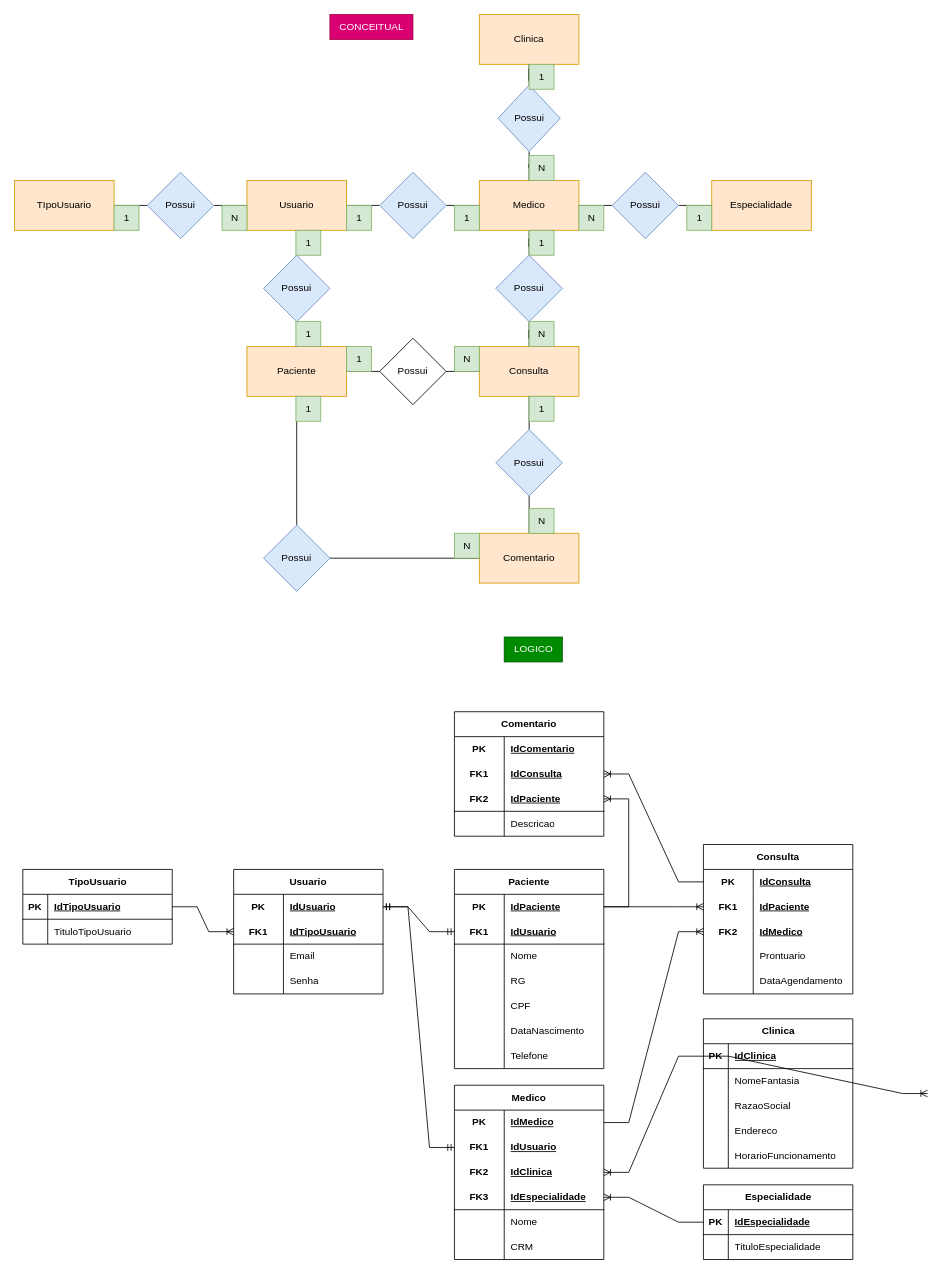
Above: Health_Clinic/modelagem_projeto_health_clinic.drawio in Duduuz7/projetos-senai-2-semestre (draw.io), before the change. Source tidied: cells renumbered, new cells numbered last; positions are measured from the earlier drawing's top-left corner, leaving out a move shared by most shapes. Both pictures are drawn from the tidied source at 83%, with x=0, y=0 at pixel (14, 14).
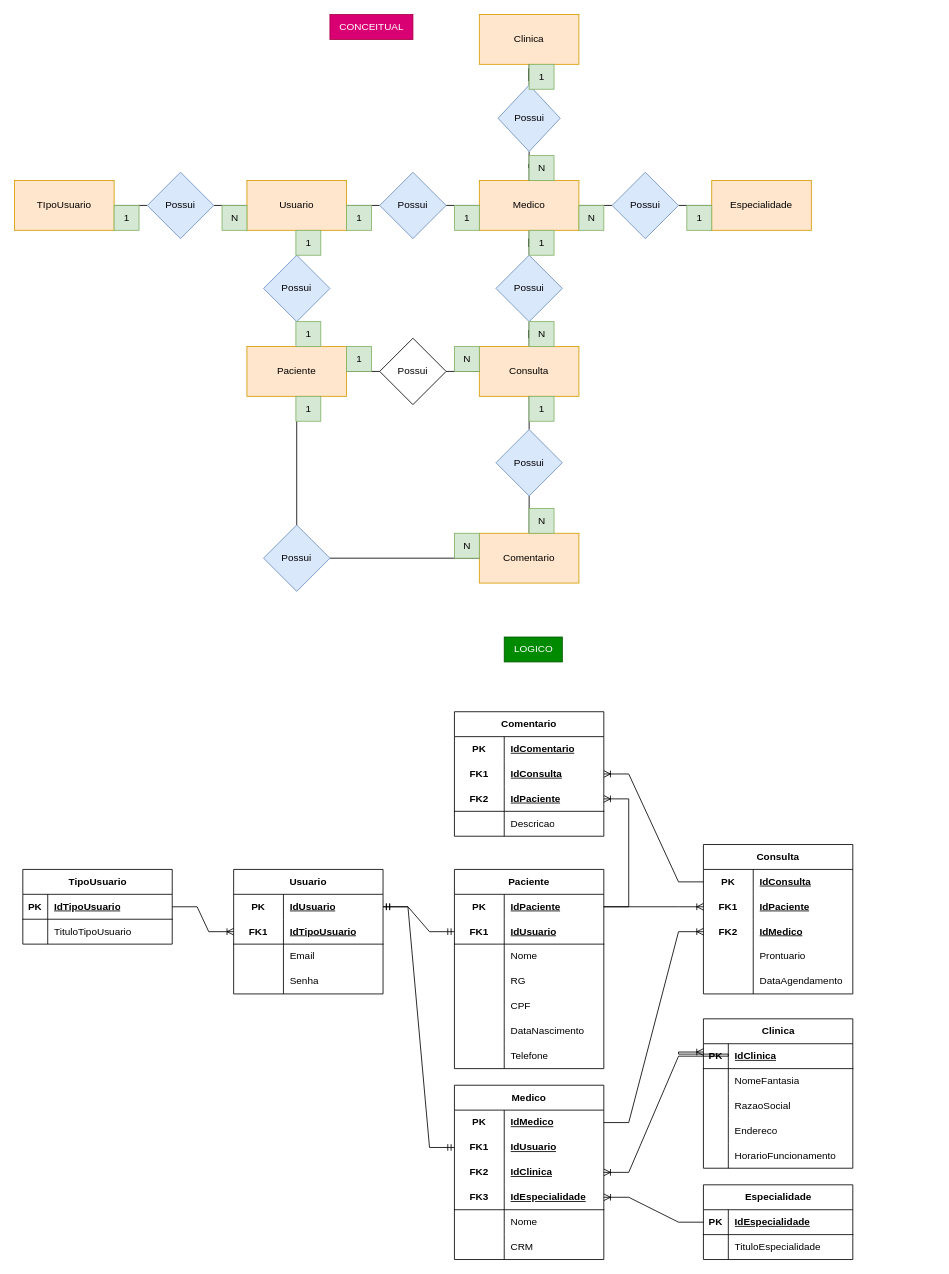
The same diagram, later.

The change refers to these unchanged cells:
```xml
<mxCell id="63" style="shape=tableRow;horizontal=0;startSize=0;swimlaneHead=0;swimlaneBody=0;fillColor=none;points=[[0,0.5],[1,0.5]];portConstraint=eastwest;top=0;left=0;right=0;bottom=1;" parent="62" vertex="1">
  <mxGeometry y="30" width="180" height="30" as="geometry" />
</mxCell>
```

Diff of the diagram source:
```diff
@@
-    <mxCell id="174" style="edgeStyle=entityRelationEdgeStyle;fontSize=12;html=1;endArrow=ERoneToMany;rounded=0;exitX=0;exitY=0.5;exitDx=0;exitDy=0;entryX=1;entryY=0.5;entryDx=0;entryDy=0;" parent="1" edge="1" source="63">
+    <mxCell id="174" style="edgeStyle=entityRelationEdgeStyle;fontSize=12;html=1;endArrow=ERoneToMany;rounded=0;exitX=0;exitY=0.5;exitDx=0;exitDy=0;" parent="1" edge="1" source="63">
       <mxGeometry relative="1" as="geometry">
-        <mxPoint x="1100" y="1300" as="targetPoint" />
+        <mxPoint x="830" y="1250" as="targetPoint" />
       </mxGeometry>
     </mxCell>
```
